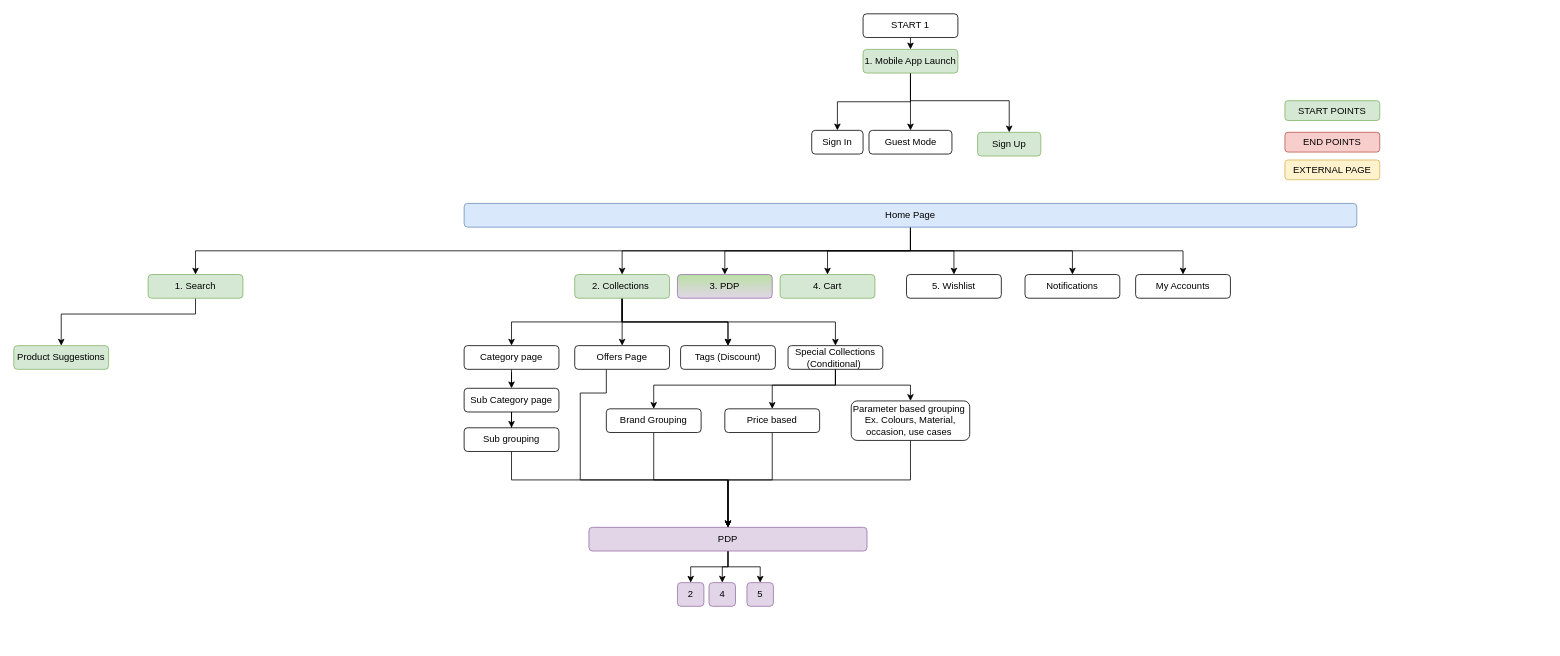
Earlier version of the draw.io diagram page "Sitemap" (2 of 2) of Annachy Flow.drawio (keerthy911/Process). Source tidied: cells renumbered, new cells numbered last; positions are measured from the earlier drawing's top-left corner, leaving out a move shared by most shapes. Both pictures are drawn from the tidied source at 79%, with x=0, y=0 at pixel (13, 13).
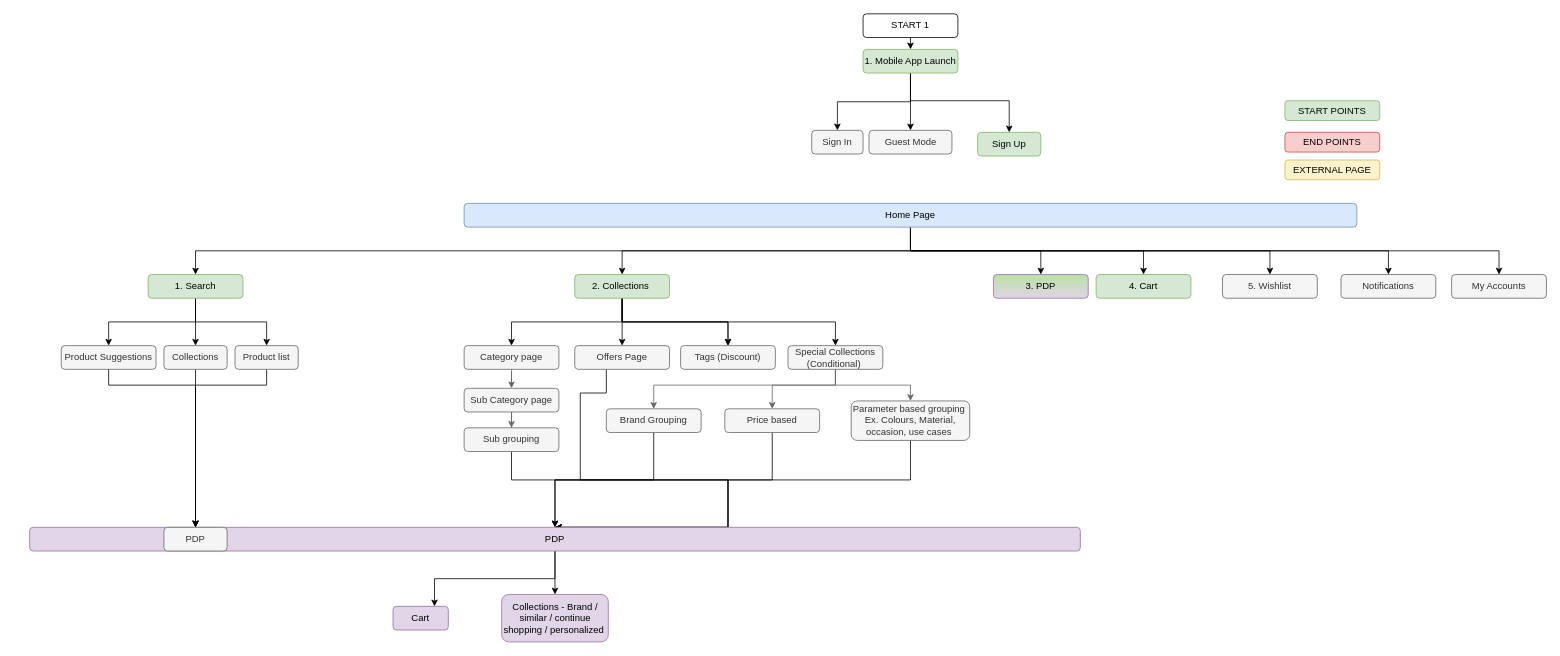
The same page after the edit.

Unchanged cells that the change refers to:
```xml
<mxCell id="17" value="1. Search" style="rounded=1;whiteSpace=wrap;html=1;fillColor=#d5e8d4;strokeColor=#82b366;" parent="1" vertex="1">
  <mxGeometry x="170" y="330" width="120" height="30" as="geometry" />
</mxCell>
```

Change to the diagram source:
```diff
@@
-    <mxCell id="16" style="edgeStyle=orthogonalEdgeStyle;rounded=0;jettySize=auto;html=1;fontFamily=Helvetica;fontSize=12;fontColor=default;" parent="1" edge="1" source="17" target="61">
+    <mxCell id="16" style="edgeStyle=orthogonalEdgeStyle;rounded=0;jettySize=auto;html=1;fontFamily=Helvetica;fontSize=12;fontColor=default;entryX=0.5;entryY=0;entryDx=0;entryDy=0;" parent="1" edge="1" source="17" target="61">
       <mxGeometry relative="1" as="geometry">
         <Array as="points">
-          <mxPoint x="230" y="380" />
-          <mxPoint x="60" y="380" />
+          <mxPoint x="230" y="390" />
+          <mxPoint x="120" y="390" />
         </Array>
       </mxGeometry>
     </mxCell>
+    <mxCell id="62" style="edgeStyle=orthogonalEdgeStyle;rounded=0;jettySize=auto;html=1;" parent="1" edge="1" source="17" target="66">
+      <mxGeometry relative="1" as="geometry" />
+    </mxCell>
+    <mxCell id="63" style="edgeStyle=orthogonalEdgeStyle;rounded=0;jettySize=auto;html=1;" parent="1" edge="1" source="17" target="68">
+      <mxGeometry relative="1" as="geometry" />
+    </mxCell>
@@
     <mxCell id="24" value="3. PDP" style="rounded=1;whiteSpace=wrap;html=1;fillColor=#e1d5e7;strokeColor=#9673a6;gradientColor=#B9E0A5;gradientDirection=north;" parent="1" vertex="1">
-      <mxGeometry x="840" y="330" width="120" height="30" as="geometry" />
+      <mxGeometry x="1240" y="330" width="120" height="30" as="geometry" />
     </mxCell>
     <mxCell id="25" value="4. Cart" style="rounded=1;whiteSpace=wrap;html=1;fillColor=#d5e8d4;strokeColor=#82b366;" parent="1" vertex="1">
-      <mxGeometry x="970" y="330" width="120" height="30" as="geometry" />
+      <mxGeometry x="1370" y="330" width="120" height="30" as="geometry" />
     </mxCell>
-    <mxCell id="26" value="5. Wishlist" style="rounded=1;whiteSpace=wrap;html=1;" parent="1" vertex="1">
-      <mxGeometry x="1130" y="330" width="120" height="30" as="geometry" />
+    <mxCell id="26" value="5. Wishlist" style="rounded=1;whiteSpace=wrap;html=1;fillColor=#f5f5f5;fontColor=#333333;strokeColor=#666666;" parent="1" vertex="1">
+      <mxGeometry x="1530" y="330" width="120" height="30" as="geometry" />
     </mxCell>
-    <mxCell id="27" value="My Accounts" style="rounded=1;whiteSpace=wrap;html=1;" parent="1" vertex="1">
-      <mxGeometry x="1420" y="330" width="120" height="30" as="geometry" />
+    <mxCell id="27" value="My Accounts" style="rounded=1;whiteSpace=wrap;html=1;fillColor=#f5f5f5;fontColor=#333333;strokeColor=#666666;" parent="1" vertex="1">
+      <mxGeometry x="1820" y="330" width="120" height="30" as="geometry" />
     </mxCell>
-    <mxCell id="28" value="Notifications" style="rounded=1;whiteSpace=wrap;html=1;" parent="1" vertex="1">
-      <mxGeometry x="1280" y="330" width="120" height="30" as="geometry" />
+    <mxCell id="28" value="Notifications" style="rounded=1;whiteSpace=wrap;html=1;fillColor=#f5f5f5;fontColor=#333333;strokeColor=#666666;" parent="1" vertex="1">
+      <mxGeometry x="1680" y="330" width="120" height="30" as="geometry" />
     </mxCell>
-    <mxCell id="29" style="edgeStyle=orthogonalEdgeStyle;rounded=0;jettySize=auto;html=1;" parent="1" edge="1" source="30" target="32">
+    <mxCell id="29" style="edgeStyle=orthogonalEdgeStyle;rounded=0;jettySize=auto;html=1;fillColor=#f5f5f5;strokeColor=#666666;" parent="1" edge="1" source="30" target="32">
       <mxGeometry relative="1" as="geometry" />
     </mxCell>
-    <mxCell id="30" value="Category page" style="rounded=1;whiteSpace=wrap;html=1;" parent="1" vertex="1">
+    <mxCell id="30" value="Category page" style="rounded=1;whiteSpace=wrap;html=1;fillColor=#f5f5f5;fontColor=#333333;strokeColor=#666666;" parent="1" vertex="1">
       <mxGeometry x="570" y="420" width="120" height="30" as="geometry" />
     </mxCell>
-    <mxCell id="31" style="edgeStyle=orthogonalEdgeStyle;rounded=0;jettySize=auto;html=1;" parent="1" edge="1" source="32" target="34">
+    <mxCell id="31" style="edgeStyle=orthogonalEdgeStyle;rounded=0;jettySize=auto;html=1;fillColor=#f5f5f5;strokeColor=#666666;" parent="1" edge="1" source="32" target="34">
       <mxGeometry relative="1" as="geometry" />
     </mxCell>
-    <mxCell id="32" value="Sub Category page" style="rounded=1;whiteSpace=wrap;html=1;" parent="1" vertex="1">
+    <mxCell id="32" value="Sub Category page" style="rounded=1;whiteSpace=wrap;html=1;fillColor=#f5f5f5;fontColor=#333333;strokeColor=#666666;" parent="1" vertex="1">
       <mxGeometry x="570" y="474" width="120" height="30" as="geometry" />
     </mxCell>
@@
-    <mxCell id="34" value="Sub grouping" style="rounded=1;whiteSpace=wrap;html=1;" parent="1" vertex="1">
+    <mxCell id="34" value="Sub grouping" style="rounded=1;whiteSpace=wrap;html=1;fillColor=#f5f5f5;fontColor=#333333;strokeColor=#666666;" parent="1" vertex="1">
       <mxGeometry x="570" y="524" width="120" height="30" as="geometry" />
     </mxCell>
@@
-    <mxCell id="36" value="Offers Page" style="rounded=1;whiteSpace=wrap;html=1;" parent="1" vertex="1">
+    <mxCell id="36" value="Offers Page" style="rounded=1;whiteSpace=wrap;html=1;fillColor=#f5f5f5;fontColor=#333333;strokeColor=#666666;" parent="1" vertex="1">
       <mxGeometry x="710" y="420" width="120" height="30" as="geometry" />
     </mxCell>
-    <mxCell id="37" value="Tags (Discount)" style="rounded=1;whiteSpace=wrap;html=1;" parent="1" vertex="1">
+    <mxCell id="37" value="Tags (Discount)" style="rounded=1;whiteSpace=wrap;html=1;fillColor=#f5f5f5;fontColor=#333333;strokeColor=#666666;" parent="1" vertex="1">
       <mxGeometry x="844" y="420" width="120" height="30" as="geometry" />
     </mxCell>
-    <mxCell id="38" style="edgeStyle=orthogonalEdgeStyle;rounded=0;jettySize=auto;html=1;entryX=0.5;entryY=0;entryDx=0;entryDy=0;" parent="1" edge="1" source="41" target="43">
+    <mxCell id="38" style="edgeStyle=orthogonalEdgeStyle;rounded=0;jettySize=auto;html=1;entryX=0.5;entryY=0;entryDx=0;entryDy=0;fillColor=#f5f5f5;strokeColor=#666666;" parent="1" edge="1" source="41" target="43">
       <mxGeometry relative="1" as="geometry">
         <Array as="points">
           <mxPoint x="1040" y="470" />
           <mxPoint x="810" y="470" />
         </Array>
       </mxGeometry>
     </mxCell>
-    <mxCell id="39" style="edgeStyle=orthogonalEdgeStyle;rounded=0;jettySize=auto;html=1;exitX=0.5;exitY=1;exitDx=0;exitDy=0;" parent="1" edge="1" source="41" target="45">
+    <mxCell id="39" style="edgeStyle=orthogonalEdgeStyle;rounded=0;jettySize=auto;html=1;exitX=0.5;exitY=1;exitDx=0;exitDy=0;fillColor=#f5f5f5;strokeColor=#666666;" parent="1" edge="1" source="41" target="45">
       <mxGeometry relative="1" as="geometry" />
     </mxCell>
-    <mxCell id="40" style="edgeStyle=orthogonalEdgeStyle;rounded=0;jettySize=auto;html=1;" parent="1" edge="1" source="41" target="47">
+    <mxCell id="40" style="edgeStyle=orthogonalEdgeStyle;rounded=0;jettySize=auto;html=1;fillColor=#f5f5f5;strokeColor=#666666;" parent="1" edge="1" source="41" target="47">
       <mxGeometry relative="1" as="geometry">
         <Array as="points">
           <mxPoint x="1040" y="470" />
           <mxPoint x="960" y="470" />
         </Array>
       </mxGeometry>
     </mxCell>
-    <mxCell id="41" value="Special Collections (Conditional)&amp;nbsp;" style="rounded=1;whiteSpace=wrap;html=1;" parent="1" vertex="1">
+    <mxCell id="41" value="Special Collections (Conditional)&amp;nbsp;" style="rounded=1;whiteSpace=wrap;html=1;fillColor=#f5f5f5;fontColor=#333333;strokeColor=#666666;" parent="1" vertex="1">
       <mxGeometry x="980" y="420" width="120" height="30" as="geometry" />
     </mxCell>
@@
-    <mxCell id="43" value="Brand Grouping" style="rounded=1;whiteSpace=wrap;html=1;" parent="1" vertex="1">
+    <mxCell id="43" value="Brand Grouping" style="rounded=1;whiteSpace=wrap;html=1;fillColor=#f5f5f5;fontColor=#333333;strokeColor=#666666;" parent="1" vertex="1">
       <mxGeometry x="750" y="500" width="120" height="30" as="geometry" />
     </mxCell>
@@
-    <mxCell id="45" value="Parameter based grouping&amp;nbsp;&lt;div&gt;Ex. Colours, Material, occasion, use cases&amp;nbsp;&lt;/div&gt;" style="rounded=1;whiteSpace=wrap;html=1;" parent="1" vertex="1">
+    <mxCell id="45" value="Parameter based grouping&amp;nbsp;&lt;div&gt;Ex. Colours, Material, occasion, use cases&amp;nbsp;&lt;/div&gt;" style="rounded=1;whiteSpace=wrap;html=1;fillColor=#f5f5f5;fontColor=#333333;strokeColor=#666666;" parent="1" vertex="1">
       <mxGeometry x="1060" y="490" width="150" height="50" as="geometry" />
     </mxCell>
@@
-    <mxCell id="47" value="Price based" style="rounded=1;whiteSpace=wrap;html=1;" parent="1" vertex="1">
+    <mxCell id="47" value="Price based" style="rounded=1;whiteSpace=wrap;html=1;fillColor=#f5f5f5;fontColor=#333333;strokeColor=#666666;" parent="1" vertex="1">
       <mxGeometry x="900" y="500" width="120" height="30" as="geometry" />
     </mxCell>
@@
-    <mxCell id="51" style="edgeStyle=orthogonalEdgeStyle;rounded=0;jettySize=auto;html=1;" parent="1" edge="1" source="54" target="55">
-      <mxGeometry relative="1" as="geometry" />
-    </mxCell>
-    <mxCell id="52" style="edgeStyle=orthogonalEdgeStyle;rounded=0;jettySize=auto;html=1;" parent="1" edge="1" source="54" target="56">
-      <mxGeometry relative="1" as="geometry" />
-    </mxCell>
-    <mxCell id="53" style="edgeStyle=orthogonalEdgeStyle;rounded=0;jettySize=auto;html=1;entryX=0.5;entryY=0;entryDx=0;entryDy=0;" parent="1" edge="1" source="54" target="57">
+    <mxCell id="53" style="edgeStyle=orthogonalEdgeStyle;rounded=0;jettySize=auto;html=1;entryX=0.75;entryY=0;entryDx=0;entryDy=0;" parent="1" edge="1" source="54" target="71">
       <mxGeometry relative="1" as="geometry" />
     </mxCell>
+    <mxCell id="64" style="edgeStyle=orthogonalEdgeStyle;rounded=0;jettySize=auto;html=1;" parent="1" edge="1" source="54" target="72">
+      <mxGeometry relative="1" as="geometry" />
+    </mxCell>
     <mxCell id="54" value="PDP" style="rounded=1;whiteSpace=wrap;html=1;verticalAlign=middle;fillColor=#e1d5e7;strokeColor=#9673a6;" parent="1" vertex="1">
-      <mxGeometry x="728" y="650" width="352" height="30" as="geometry" />
+      <mxGeometry x="20" y="650" width="1330" height="30" as="geometry" />
     </mxCell>
-    <mxCell id="55" value="2" style="rounded=1;whiteSpace=wrap;html=1;verticalAlign=middle;fillColor=#e1d5e7;strokeColor=#9673a6;" parent="1" vertex="1">
-      <mxGeometry x="840" y="720" width="33.5" height="30" as="geometry" />
-    </mxCell>
-    <mxCell id="56" value="4" style="rounded=1;whiteSpace=wrap;html=1;verticalAlign=middle;fillColor=#e1d5e7;strokeColor=#9673a6;" parent="1" vertex="1">
-      <mxGeometry x="880" y="720" width="33.5" height="30" as="geometry" />
-    </mxCell>
-    <mxCell id="57" value="5" style="rounded=1;whiteSpace=wrap;html=1;verticalAlign=middle;fillColor=#e1d5e7;strokeColor=#9673a6;" parent="1" vertex="1">
-      <mxGeometry x="928" y="720" width="33.5" height="30" as="geometry" />
-    </mxCell>
-    <mxCell id="58" value="Sign In" style="whiteSpace=wrap;html=1;rounded=1;" parent="1" vertex="1">
+    <mxCell id="58" value="Sign In" style="whiteSpace=wrap;html=1;rounded=1;fillColor=#f5f5f5;fontColor=#333333;strokeColor=#666666;" parent="1" vertex="1">
       <mxGeometry x="1010" y="147.5" width="65" height="30" as="geometry" />
     </mxCell>
-    <mxCell id="59" value="Guest Mode" style="whiteSpace=wrap;html=1;rounded=1;" parent="1" vertex="1">
+    <mxCell id="59" value="Guest Mode" style="whiteSpace=wrap;html=1;rounded=1;fillColor=#f5f5f5;fontColor=#333333;strokeColor=#666666;" parent="1" vertex="1">
       <mxGeometry x="1082.5" y="147.5" width="105" height="30" as="geometry" />
     </mxCell>
@@
-    <mxCell id="61" value="Product Suggestions" style="rounded=1;whiteSpace=wrap;html=1;fillColor=#d5e8d4;strokeColor=#82b366;" parent="1" vertex="1">
-      <mxGeometry y="420" width="120" height="30" as="geometry" />
+    <mxCell id="61" value="Product Suggestions" style="rounded=1;whiteSpace=wrap;html=1;fillColor=#f5f5f5;fontColor=#333333;strokeColor=#666666;" parent="1" vertex="1">
+      <mxGeometry x="60" y="420" width="120" height="30" as="geometry" />
     </mxCell>
+    <mxCell id="65" style="edgeStyle=orthogonalEdgeStyle;rounded=0;jettySize=auto;html=1;entryX=0.5;entryY=0;entryDx=0;entryDy=0;" parent="1" edge="1" source="66" target="69">
+      <mxGeometry relative="1" as="geometry" />
+    </mxCell>
+    <mxCell id="66" value="Collections" style="rounded=1;whiteSpace=wrap;html=1;fillColor=#f5f5f5;fontColor=#333333;strokeColor=#666666;" parent="1" vertex="1">
+      <mxGeometry x="190" y="420" width="80" height="30" as="geometry" />
+    </mxCell>
+    <mxCell id="67" style="edgeStyle=orthogonalEdgeStyle;rounded=0;jettySize=auto;html=1;" parent="1" edge="1" source="68" target="69">
+      <mxGeometry relative="1" as="geometry">
+        <Array as="points">
+          <mxPoint x="320" y="470" />
+          <mxPoint x="230" y="470" />
+        </Array>
+      </mxGeometry>
+    </mxCell>
+    <mxCell id="68" value="Product list" style="rounded=1;whiteSpace=wrap;html=1;fillColor=#f5f5f5;fontColor=#333333;strokeColor=#666666;" parent="1" vertex="1">
+      <mxGeometry x="280" y="420" width="80" height="30" as="geometry" />
+    </mxCell>
+    <mxCell id="69" value="PDP" style="rounded=1;whiteSpace=wrap;html=1;fillColor=#f5f5f5;fontColor=#333333;strokeColor=#666666;" parent="1" vertex="1">
+      <mxGeometry x="190" y="650" width="80" height="30" as="geometry" />
+    </mxCell>
+    <mxCell id="70" style="edgeStyle=orthogonalEdgeStyle;rounded=0;jettySize=auto;html=1;entryX=0.5;entryY=0;entryDx=0;entryDy=0;" parent="1" edge="1" source="61" target="69">
+      <mxGeometry relative="1" as="geometry">
+        <Array as="points">
+          <mxPoint x="120" y="470" />
+          <mxPoint x="230" y="470" />
+        </Array>
+      </mxGeometry>
+    </mxCell>
+    <mxCell id="71" value="Cart" style="rounded=1;whiteSpace=wrap;html=1;verticalAlign=middle;fillColor=#e1d5e7;strokeColor=#9673a6;" parent="1" vertex="1">
+      <mxGeometry x="480" y="750" width="70" height="30" as="geometry" />
+    </mxCell>
+    <mxCell id="72" value="Collections - Brand / similar / continue shopping / personalized&amp;nbsp;" style="whiteSpace=wrap;html=1;fillColor=#e1d5e7;strokeColor=#9673a6;rounded=1;" parent="1" vertex="1">
+      <mxGeometry x="617.5" y="735" width="135" height="60" as="geometry" />
+    </mxCell>
```
